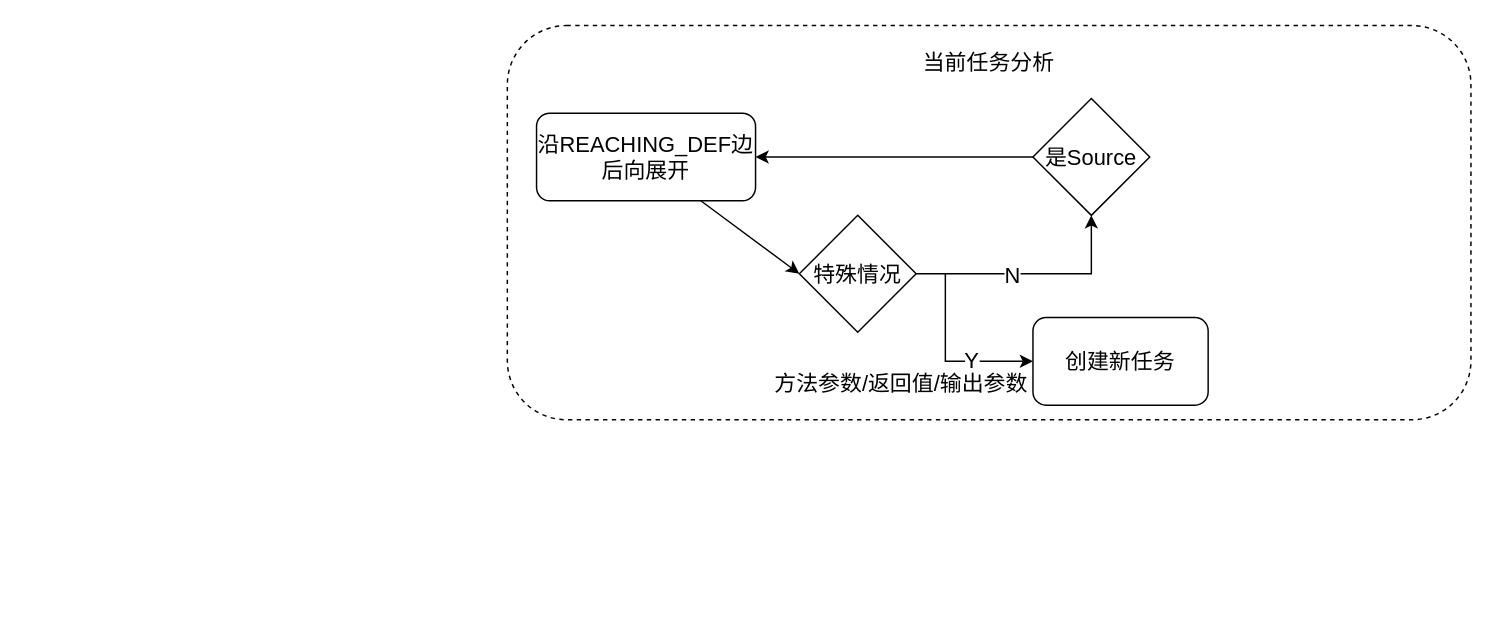
The draw.io diagram MindMap/joern-taint.drawio in hourhl/Draw-io, before the edit. Source tidied: cells renumbered, new cells numbered last; positions are measured from the earlier drawing's top-left corner, leaving out a move shared by most shapes. Both pictures are drawn from the tidied source at 146%, with x=0, y=0 at pixel (507, 25).
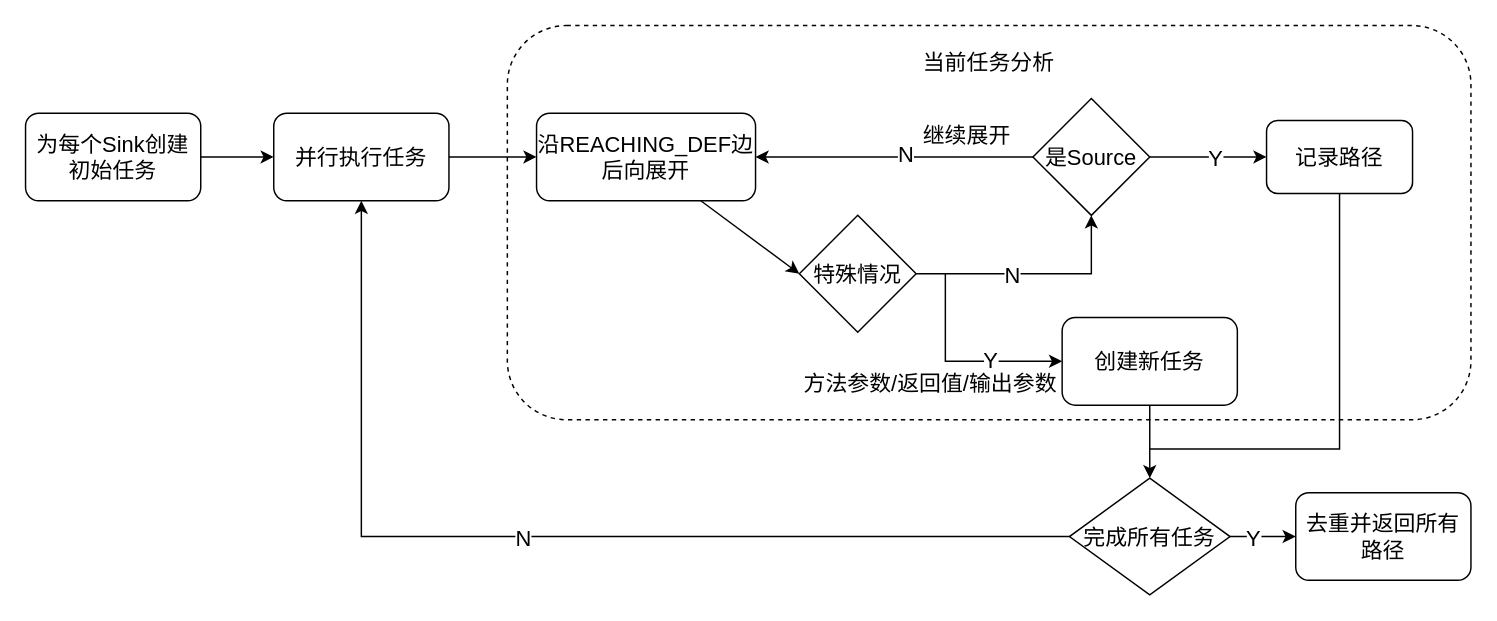
Above is the later version.

Unchanged cells that the change refers to:
```xml
<mxCell id="6" value="&lt;font style=&quot;font-size: 15px;&quot;&gt;是Source&lt;/font&gt;" style="rhombus;whiteSpace=wrap;html=1;" parent="1" vertex="1">
  <mxGeometry x="360" y="50" width="80" height="80" as="geometry" />
</mxCell>
<mxCell id="8" style="endArrow=classic;html=1;rounded=0;exitX=0;exitY=0.5;exitDx=0;exitDy=0;entryX=1;entryY=0.5;entryDx=0;entryDy=0;" parent="1" edge="1" source="6" target="4">
  <mxGeometry relative="1" as="geometry" />
</mxCell>
```

Diff of the diagram source:
```diff
@@
+    <mxCell id="15" value="&lt;font style=&quot;font-size: 15px;&quot;&gt;N&lt;/font&gt;" style="edgeLabel;html=1;align=center;verticalAlign=middle;" parent="8" vertex="1">
+      <mxGeometry x="-0.07" y="-3" relative="1" as="geometry" />
+    </mxCell>
@@
     <mxCell id="11" value="&lt;font style=&quot;font-size: 15px;&quot;&gt;创建新任务&lt;/font&gt;" style="rounded=1;whiteSpace=wrap;html=1;" parent="1" vertex="1">
-      <mxGeometry x="360" y="200" width="120" height="60" as="geometry" />
+      <mxGeometry x="380" y="200" width="120" height="60" as="geometry" />
     </mxCell>
@@
     <mxCell id="14" value="&lt;font style=&quot;font-size: 15px;&quot;&gt;方法参数/返回值/输出参数&lt;/font&gt;" style="text;html=1;whiteSpace=wrap;strokeColor=none;fillColor=none;align=center;verticalAlign=middle;rounded=0;" parent="1" vertex="1">
-      <mxGeometry x="180" y="230" width="180" height="30" as="geometry" />
+      <mxGeometry x="200" y="230" width="180" height="30" as="geometry" />
     </mxCell>
+    <mxCell id="16" value="&lt;font style=&quot;font-size: 15px;&quot;&gt;记录路径&lt;/font&gt;" style="rounded=1;whiteSpace=wrap;html=1;" parent="1" vertex="1">
+      <mxGeometry x="520" y="65" width="100" height="50" as="geometry" />
+    </mxCell>
+    <mxCell id="17" value="&lt;font style=&quot;font-size: 15px;&quot;&gt;完成所有任务&lt;/font&gt;" style="rhombus;whiteSpace=wrap;html=1;" parent="1" vertex="1">
+      <mxGeometry x="385" y="310" width="110" height="80" as="geometry" />
+    </mxCell>
+    <mxCell id="18" value="&lt;font style=&quot;font-size: 15px;&quot;&gt;去重并返回所有路径&lt;/font&gt;" style="rounded=1;whiteSpace=wrap;html=1;" parent="1" vertex="1">
+      <mxGeometry x="540" y="320" width="120" height="60" as="geometry" />
+    </mxCell>
+    <mxCell id="19" value="&lt;font style=&quot;font-size: 15px;&quot;&gt;并行执行任务&lt;/font&gt;" style="rounded=1;whiteSpace=wrap;html=1;" parent="1" vertex="1">
+      <mxGeometry x="-160" y="60" width="120" height="60" as="geometry" />
+    </mxCell>
+    <mxCell id="20" style="endArrow=classic;html=1;rounded=0;exitX=0.5;exitY=1;exitDx=0;exitDy=0;entryX=0.5;entryY=0;entryDx=0;entryDy=0;" parent="1" edge="1" source="11" target="17">
+      <mxGeometry relative="1" as="geometry" />
+    </mxCell>
+    <mxCell id="21" style="endArrow=none;html=1;rounded=0;exitX=0.5;exitY=1;exitDx=0;exitDy=0;" parent="1" edge="1" source="16">
+      <mxGeometry relative="1" as="geometry">
+        <mxPoint x="440" y="290" as="targetPoint" />
+        <Array as="points">
+          <mxPoint x="570" y="290" />
+        </Array>
+      </mxGeometry>
+    </mxCell>
+    <mxCell id="22" style="endArrow=classic;html=1;rounded=0;exitX=1;exitY=0.5;exitDx=0;exitDy=0;entryX=0;entryY=0.5;entryDx=0;entryDy=0;" parent="1" edge="1" source="17" target="18">
+      <mxGeometry relative="1" as="geometry" />
+    </mxCell>
+    <mxCell id="23" value="&lt;font style=&quot;font-size: 15px;&quot;&gt;Y&lt;/font&gt;" style="edgeLabel;html=1;align=center;verticalAlign=middle;" parent="22" vertex="1">
+      <mxGeometry x="0.11" y="-2" relative="1" as="geometry">
+        <mxPoint x="-10" y="-2" as="offset" />
+      </mxGeometry>
+    </mxCell>
+    <mxCell id="24" style="endArrow=classic;html=1;rounded=0;exitX=0;exitY=0.5;exitDx=0;exitDy=0;" parent="1" edge="1" source="17" target="19">
+      <mxGeometry relative="1" as="geometry">
+        <Array as="points">
+          <mxPoint x="-100" y="350" />
+        </Array>
+      </mxGeometry>
+    </mxCell>
+    <mxCell id="25" value="&lt;font style=&quot;font-size: 15px;&quot;&gt;N&lt;/font&gt;" style="edgeLabel;html=1;align=center;verticalAlign=middle;" parent="24" vertex="1">
+      <mxGeometry x="0.05" y="-3" relative="1" as="geometry">
+        <mxPoint y="3" as="offset" />
+      </mxGeometry>
+    </mxCell>
+    <mxCell id="26" value="&lt;font style=&quot;font-size: 15px;&quot;&gt;为每个Sink创建初始任务&lt;/font&gt;" style="rounded=1;whiteSpace=wrap;html=1;" parent="1" vertex="1">
+      <mxGeometry x="-330" y="60" width="120" height="60" as="geometry" />
+    </mxCell>
+    <mxCell id="27" style="endArrow=classic;html=1;rounded=0;exitX=1;exitY=0.5;exitDx=0;exitDy=0;" parent="1" edge="1" source="26" target="19">
+      <mxGeometry relative="1" as="geometry" />
+    </mxCell>
+    <mxCell id="28" style="endArrow=classic;html=1;rounded=0;entryX=0;entryY=0.5;entryDx=0;entryDy=0;" parent="1" edge="1" source="6" target="16">
+      <mxGeometry relative="1" as="geometry" />
+    </mxCell>
+    <mxCell id="29" value="&lt;font style=&quot;font-size: 15px;&quot;&gt;Y&lt;/font&gt;" style="edgeLabel;html=1;align=center;verticalAlign=middle;" parent="28" vertex="1">
+      <mxGeometry x="0.1" y="-4" relative="1" as="geometry">
+        <mxPoint y="-4" as="offset" />
+      </mxGeometry>
+    </mxCell>
+    <mxCell id="30" value="&lt;font style=&quot;font-size: 15px;&quot;&gt;继续展开&lt;/font&gt;" style="text;html=1;whiteSpace=wrap;strokeColor=none;fillColor=none;align=center;verticalAlign=middle;rounded=0;" parent="1" vertex="1">
+      <mxGeometry x="280" y="60" width="70" height="30" as="geometry" />
+    </mxCell>
+    <mxCell id="31" style="endArrow=classic;html=1;rounded=0;" parent="1" edge="1" source="19">
+      <mxGeometry relative="1" as="geometry">
+        <mxPoint x="20" y="90" as="targetPoint" />
+      </mxGeometry>
+    </mxCell>
```
